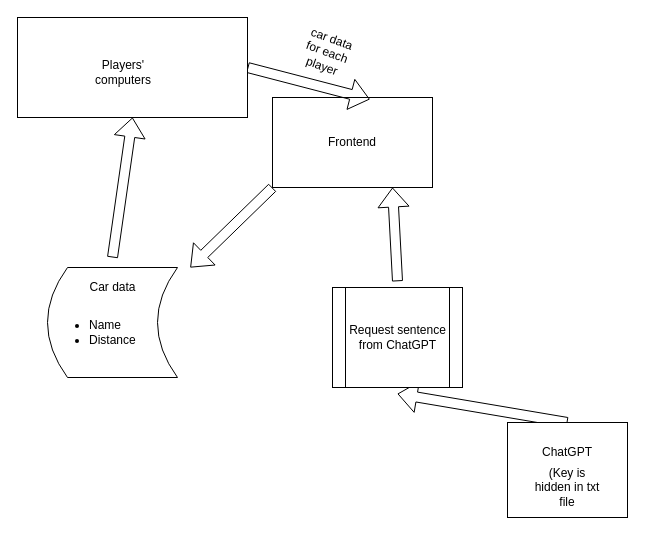
The draw.io diagram diagram.drawio in BobTheFarmer/VACTQ-Backend, before the edit. Source tidied: cells renumbered, new cells numbered last; positions are measured from the earlier drawing's top-left corner, leaving out a move shared by most shapes. Both pictures are drawn from the tidied source at 100%, with x=0, y=0 at pixel (17, 17).
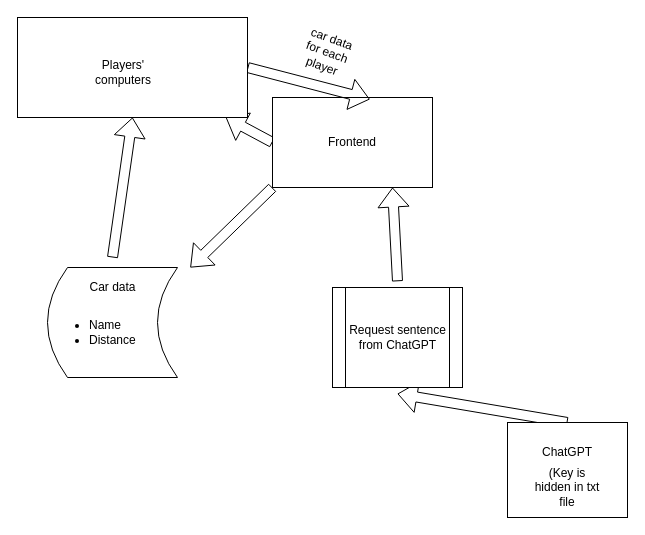
The same page after the edit.

Unchanged cells that the change refers to:
```xml
<mxCell id="3" style="rounded=0;whiteSpace=wrap;html=1;" parent="1" vertex="1">
  <mxGeometry x="255" y="80" width="160" height="90" as="geometry" />
</mxCell>
<mxCell id="16" style="rounded=0;whiteSpace=wrap;html=1;" parent="1" vertex="1">
  <mxGeometry width="230" height="100" as="geometry" />
</mxCell>
```

Diff of the diagram source:
```diff
@@
+    <mxCell id="20" style="edgeStyle=none;shape=flexArrow;html=1;exitX=0;exitY=0.5;exitDx=0;exitDy=0;" parent="1" edge="1" source="3" target="16">
+      <mxGeometry relative="1" as="geometry" />
+    </mxCell>
```
